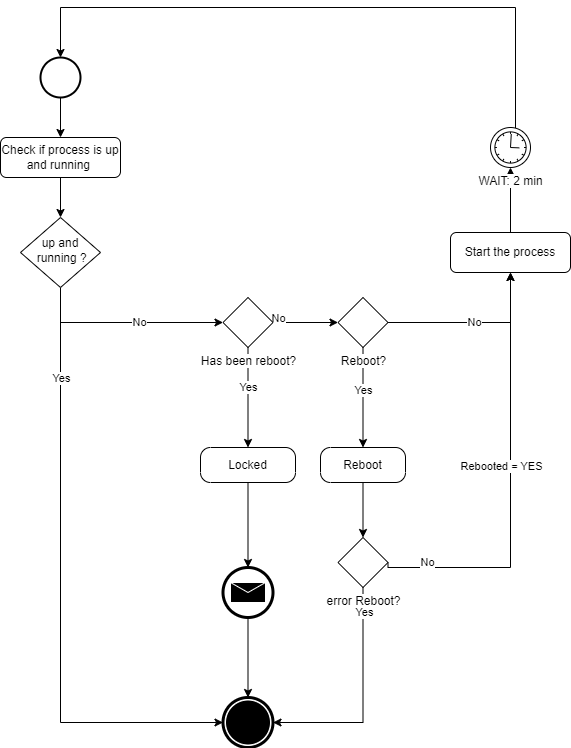
Above: infopoints.png in fermenreq/infopoint (draw.io), before the change. Source tidied: cells renumbered, new cells last; positions are measured from the earlier drawing's top-left corner, leaving out a move shared by most shapes.
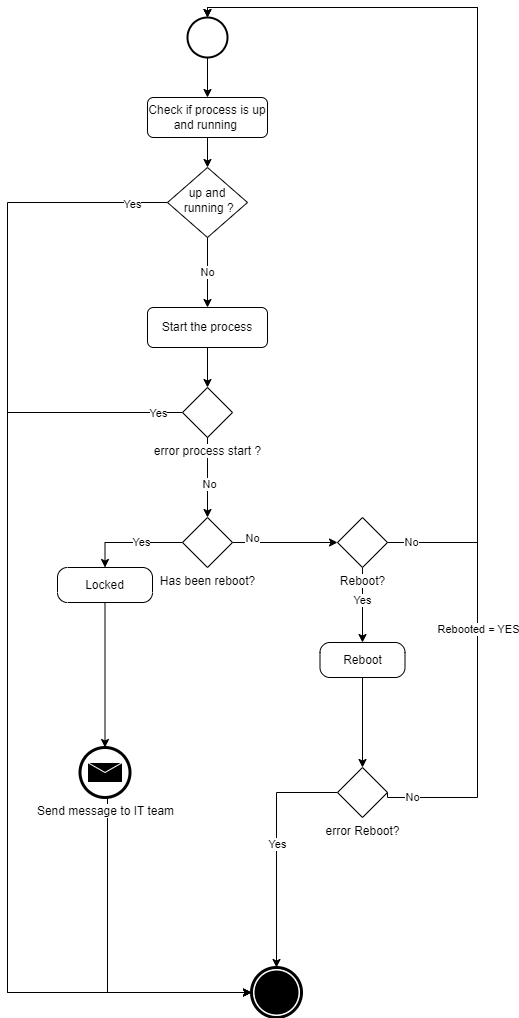
The same file after the commit.

Change to the diagram source:
```diff
@@ -6,98 +6,78 @@
       <mxGeometry relative="1" as="geometry" />
     </mxCell>
     <mxCell id="3" value="Check if process is up and running&amp;nbsp;" style="rounded=1;whiteSpace=wrap;html=1;fontSize=12;glass=0;strokeWidth=1;shadow=0;" parent="1" vertex="1">
-      <mxGeometry y="130" width="120" height="40" as="geometry" />
+      <mxGeometry x="220" y="120" width="120" height="40" as="geometry" />
     </mxCell>
+    <mxCell id="33" value="No" style="edgeStyle=orthogonalEdgeStyle;rounded=0;jettySize=auto;html=1;entryX=0.5;entryY=0;entryDx=0;entryDy=0;" parent="1" edge="1" source="7" target="9">
+      <mxGeometry relative="1" as="geometry" />
+    </mxCell>
-    <mxCell id="4" style="edgeStyle=orthogonalEdgeStyle;rounded=0;jettySize=auto;html=1;entryX=0;entryY=0.5;entryDx=0;entryDy=0;entryPerimeter=0;" parent="1" edge="1" source="7" target="12">
+    <mxCell id="4" style="edgeStyle=orthogonalEdgeStyle;rounded=0;jettySize=auto;html=1;exitX=0;exitY=0.5;exitDx=0;exitDy=0;" parent="1" edge="1" source="7" target="12">
       <mxGeometry relative="1" as="geometry">
         <Array as="points">
-          <mxPoint x="60" y="715" />
+          <mxPoint x="80" y="225" />
+          <mxPoint x="80" y="1015" />
         </Array>
       </mxGeometry>
     </mxCell>
-    <mxCell id="5" value="Yes" style="edgeLabel;html=1;align=center;verticalAlign=middle;" parent="4" vertex="1">
-      <mxGeometry x="-0.51" y="2" relative="1" as="geometry">
-        <mxPoint x="-2" y="-55" as="offset" />
-      </mxGeometry>
-    </mxCell>
-    <mxCell id="6" value="No" style="edgeStyle=orthogonalEdgeStyle;rounded=0;jettySize=auto;html=1;entryX=0;entryY=0.5;entryDx=0;entryDy=0;entryPerimeter=0;" parent="1" edge="1" target="28">
-      <mxGeometry relative="1" as="geometry">
-        <mxPoint x="60" y="320" as="sourcePoint" />
-        <Array as="points">
-          <mxPoint x="60" y="315" />
-        </Array>
-      </mxGeometry>
-    </mxCell>
+    <mxCell id="34" value="Yes" style="edgeLabel;html=1;align=center;verticalAlign=middle;" parent="4" vertex="1">
+      <mxGeometry x="-0.94" y="1" relative="1" as="geometry" />
+    </mxCell>
     <mxCell id="7" value="up and&lt;br&gt;&amp;nbsp;running ?" style="rhombus;whiteSpace=wrap;html=1;shadow=0;fontFamily=Helvetica;fontSize=12;align=center;strokeWidth=1;spacing=6;spacingTop=-4;" parent="1" vertex="1">
-      <mxGeometry x="20" y="210" width="80" height="70" as="geometry" />
+      <mxGeometry x="240" y="190" width="80" height="70" as="geometry" />
     </mxCell>
-    <mxCell id="8" style="edgeStyle=orthogonalEdgeStyle;rounded=0;jettySize=auto;html=1;" parent="1" edge="1" source="9" target="14">
-      <mxGeometry relative="1" as="geometry" />
-    </mxCell>
-    <mxCell id="9" value="Start the process" style="rounded=1;whiteSpace=wrap;html=1;fontSize=12;glass=0;strokeWidth=1;shadow=0;" parent="1" vertex="1">
-      <mxGeometry x="450" y="225" width="120" height="40" as="geometry" />
-    </mxCell>
     <mxCell id="10" style="edgeStyle=orthogonalEdgeStyle;rounded=0;jettySize=auto;html=1;" parent="1" edge="1" source="11" target="3">
       <mxGeometry relative="1" as="geometry" />
     </mxCell>
     <mxCell id="11" style="strokeWidth=2;html=1;shape=mxgraph.flowchart.start_2;whiteSpace=wrap;" parent="1" vertex="1">
-      <mxGeometry x="40" y="50" width="40" height="40" as="geometry" />
+      <mxGeometry x="260" y="40" width="40" height="40" as="geometry" />
     </mxCell>
     <mxCell id="12" style="points=[[0.145,0.145,0],[0.5,0,0],[0.855,0.145,0],[1,0.5,0],[0.855,0.855,0],[0.5,1,0],[0.145,0.855,0],[0,0.5,0]];shape=mxgraph.bpmn.event;html=1;verticalLabelPosition=bottom;labelBackgroundColor=#ffffff;verticalAlign=top;align=center;perimeter=ellipsePerimeter;outlineConnect=0;outline=end;symbol=terminate;" parent="1" vertex="1">
-      <mxGeometry x="222.5" y="690" width="50" height="50" as="geometry" />
+      <mxGeometry x="324" y="990" width="50" height="50" as="geometry" />
     </mxCell>
-    <mxCell id="13" style="edgeStyle=orthogonalEdgeStyle;rounded=0;jettySize=auto;html=1;entryX=0.5;entryY=0;entryDx=0;entryDy=0;entryPerimeter=0;" parent="1" edge="1" source="14" target="11">
-      <mxGeometry x="-0.33" y="90" relative="1" as="geometry">
-        <Array as="points">
-          <mxPoint x="515" />
-          <mxPoint x="60" />
-        </Array>
-        <mxPoint x="-1" as="offset" />
-      </mxGeometry>
-    </mxCell>
-    <mxCell id="14" value="WAIT: 2 min" style="points=[[0.145,0.145,0],[0.5,0,0],[0.855,0.145,0],[1,0.5,0],[0.855,0.855,0],[0.5,1,0],[0.145,0.855,0],[0,0.5,0]];shape=mxgraph.bpmn.event;html=1;verticalLabelPosition=bottom;labelBackgroundColor=#ffffff;verticalAlign=top;align=center;perimeter=ellipsePerimeter;outlineConnect=0;outline=standard;symbol=timer;" parent="1" vertex="1">
-      <mxGeometry x="490" y="120" width="40" height="40" as="geometry" />
-    </mxCell>
-    <mxCell id="15" value="No" style="edgeStyle=orthogonalEdgeStyle;rounded=0;jettySize=auto;html=1;" parent="1" edge="1" source="17" target="9">
-      <mxGeometry relative="1" as="geometry" />
+    <mxCell id="15" value="No" style="edgeStyle=orthogonalEdgeStyle;rounded=0;jettySize=auto;html=1;entryX=0.5;entryY=0;entryDx=0;entryDy=0;entryPerimeter=0;" parent="1" edge="1" source="17" target="11">
+      <mxGeometry x="-0.95" relative="1" as="geometry">
+        <Array as="points">
+          <mxPoint x="550" y="565" />
+          <mxPoint x="550" y="30" />
+          <mxPoint x="280" y="30" />
+        </Array>
+      </mxGeometry>
     </mxCell>
     <mxCell id="16" value="Yes" style="edgeStyle=orthogonalEdgeStyle;rounded=0;jettySize=auto;html=1;" parent="1" edge="1" source="17" target="19">
       <mxGeometry x="-0.13" relative="1" as="geometry" />
     </mxCell>
     <mxCell id="17" value="Reboot?" style="points=[[0.25,0.25,0],[0.5,0,0],[0.75,0.25,0],[1,0.5,0],[0.75,0.75,0],[0.5,1,0],[0.25,0.75,0],[0,0.5,0]];shape=mxgraph.bpmn.gateway2;html=1;verticalLabelPosition=bottom;labelBackgroundColor=#ffffff;verticalAlign=top;align=center;perimeter=rhombusPerimeter;outlineConnect=0;outline=none;symbol=none;" parent="1" vertex="1">
-      <mxGeometry x="337.5" y="290" width="50" height="50" as="geometry" />
+      <mxGeometry x="410" y="540" width="50" height="50" as="geometry" />
     </mxCell>
     <mxCell id="18" style="edgeStyle=orthogonalEdgeStyle;rounded=0;jettySize=auto;html=1;" parent="1" edge="1" source="19" target="24">
       <mxGeometry relative="1" as="geometry" />
     </mxCell>
     <mxCell id="19" value="Reboot" style="points=[[0.25,0,0],[0.5,0,0],[0.75,0,0],[1,0.25,0],[1,0.5,0],[1,0.75,0],[0.75,1,0],[0.5,1,0],[0.25,1,0],[0,0.75,0],[0,0.5,0],[0,0.25,0]];shape=mxgraph.bpmn.task;whiteSpace=wrap;rectStyle=rounded;size=10;taskMarker=abstract;" parent="1" vertex="1">
-      <mxGeometry x="320" y="440" width="85" height="35" as="geometry" />
+      <mxGeometry x="392.5" y="665" width="85" height="35" as="geometry" />
     </mxCell>
-    <mxCell id="20" style="edgeStyle=orthogonalEdgeStyle;rounded=0;jettySize=auto;html=1;entryX=1;entryY=0.5;entryDx=0;entryDy=0;entryPerimeter=0;exitX=0.5;exitY=1;exitDx=0;exitDy=0;exitPerimeter=0;" parent="1" edge="1" source="24" target="12">
-      <mxGeometry relative="1" as="geometry">
-        <Array as="points">
-          <mxPoint x="363" y="715" />
-        </Array>
-      </mxGeometry>
-    </mxCell>
-    <mxCell id="21" value="Yes" style="edgeLabel;html=1;align=center;verticalAlign=middle;" parent="20" vertex="1">
-      <mxGeometry x="-0.79" y="1" relative="1" as="geometry" />
-    </mxCell>
-    <mxCell id="22" value="No" style="edgeStyle=orthogonalEdgeStyle;rounded=0;jettySize=auto;html=1;exitX=1;exitY=0.5;exitDx=0;exitDy=0;exitPerimeter=0;entryX=0.5;entryY=1;entryDx=0;entryDy=0;" parent="1" edge="1" source="24" target="9">
-      <mxGeometry x="-0.79" y="5" relative="1" as="geometry">
+    <mxCell id="22" value="No" style="edgeStyle=orthogonalEdgeStyle;rounded=0;jettySize=auto;html=1;exitX=1;exitY=0.5;exitDx=0;exitDy=0;exitPerimeter=0;entryX=0.5;entryY=0;entryDx=0;entryDy=0;entryPerimeter=0;" parent="1" edge="1" source="24" target="11">
+      <mxGeometry x="-0.95" relative="1" as="geometry">
         <Array as="points">
-          <mxPoint x="388" y="560" />
-          <mxPoint x="510" y="560" />
+          <mxPoint x="460" y="820" />
+          <mxPoint x="550" y="820" />
+          <mxPoint x="550" y="30" />
+          <mxPoint x="280" y="30" />
         </Array>
       </mxGeometry>
     </mxCell>
     <mxCell id="23" value="Rebooted = YES" style="edgeLabel;html=1;align=center;verticalAlign=middle;" parent="22" vertex="1">
       <mxGeometry x="-0.8" relative="1" as="geometry">
-        <mxPoint x="75" y="-102" as="offset" />
+        <mxPoint y="-145" as="offset" />
       </mxGeometry>
     </mxCell>
+    <mxCell id="20" style="edgeStyle=orthogonalEdgeStyle;rounded=0;jettySize=auto;html=1;entryX=0.5;entryY=0;entryDx=0;entryDy=0;entryPerimeter=0;" parent="1" edge="1" source="24" target="12">
+      <mxGeometry relative="1" as="geometry" />
+    </mxCell>
+    <mxCell id="35" value="Yes" style="edgeLabel;html=1;align=center;verticalAlign=middle;" parent="20" vertex="1">
+      <mxGeometry x="-0.05" relative="1" as="geometry" />
+    </mxCell>
     <mxCell id="24" value="error Reboot?" style="points=[[0.25,0.25,0],[0.5,0,0],[0.75,0.25,0],[1,0.5,0],[0.75,0.75,0],[0.5,1,0],[0.25,0.75,0],[0,0.5,0]];shape=mxgraph.bpmn.gateway2;html=1;verticalLabelPosition=bottom;labelBackgroundColor=#ffffff;verticalAlign=top;align=center;perimeter=rhombusPerimeter;outlineConnect=0;outline=none;symbol=none;" parent="1" vertex="1">
-      <mxGeometry x="337.5" y="530" width="50" height="50" as="geometry" />
+      <mxGeometry x="410" y="790" width="50" height="50" as="geometry" />
     </mxCell>
     <mxCell id="25" value="Yes" style="edgeStyle=orthogonalEdgeStyle;rounded=0;jettySize=auto;html=1;entryX=0.5;entryY=0;entryDx=0;entryDy=0;entryPerimeter=0;" parent="1" edge="1" source="28" target="30">
       <mxGeometry x="-0.2" relative="1" as="geometry" />
@@ -111,19 +91,53 @@
       </mxGeometry>
     </mxCell>
     <mxCell id="28" value="Has been reboot?" style="points=[[0.25,0.25,0],[0.5,0,0],[0.75,0.25,0],[1,0.5,0],[0.75,0.75,0],[0.5,1,0],[0.25,0.75,0],[0,0.5,0]];shape=mxgraph.bpmn.gateway2;html=1;verticalLabelPosition=bottom;labelBackgroundColor=#ffffff;verticalAlign=top;align=center;perimeter=rhombusPerimeter;outlineConnect=0;outline=none;symbol=none;" parent="1" vertex="1">
-      <mxGeometry x="222.5" y="290" width="50" height="50" as="geometry" />
+      <mxGeometry x="255" y="540" width="50" height="50" as="geometry" />
     </mxCell>
     <mxCell id="29" style="edgeStyle=orthogonalEdgeStyle;rounded=0;jettySize=auto;html=1;entryX=0.5;entryY=0;entryDx=0;entryDy=0;entryPerimeter=0;" parent="1" edge="1" source="30" target="32">
       <mxGeometry relative="1" as="geometry" />
     </mxCell>
     <mxCell id="30" value="Locked" style="points=[[0.25,0,0],[0.5,0,0],[0.75,0,0],[1,0.25,0],[1,0.5,0],[1,0.75,0],[0.75,1,0],[0.5,1,0],[0.25,1,0],[0,0.75,0],[0,0.5,0],[0,0.25,0]];shape=mxgraph.bpmn.task;whiteSpace=wrap;rectStyle=rounded;size=10;taskMarker=abstract;" parent="1" vertex="1">
-      <mxGeometry x="200" y="440" width="95" height="35" as="geometry" />
+      <mxGeometry x="130" y="590" width="95" height="35" as="geometry" />
     </mxCell>
     <mxCell id="31" style="edgeStyle=orthogonalEdgeStyle;rounded=0;jettySize=auto;html=1;" parent="1" edge="1" source="32" target="12">
-      <mxGeometry relative="1" as="geometry" />
+      <mxGeometry relative="1" as="geometry">
+        <Array as="points">
+          <mxPoint x="180" y="1015" />
+        </Array>
+      </mxGeometry>
     </mxCell>
-    <mxCell id="32" style="points=[[0.145,0.145,0],[0.5,0,0],[0.855,0.145,0],[1,0.5,0],[0.855,0.855,0],[0.5,1,0],[0.145,0.855,0],[0,0.5,0]];shape=mxgraph.bpmn.event;html=1;verticalLabelPosition=bottom;labelBackgroundColor=#ffffff;verticalAlign=top;align=center;perimeter=ellipsePerimeter;outlineConnect=0;outline=end;symbol=message;" parent="1" vertex="1">
-      <mxGeometry x="222.5" y="560" width="50" height="50" as="geometry" />
+    <mxCell id="32" value="Send message to IT team" style="points=[[0.145,0.145,0],[0.5,0,0],[0.855,0.145,0],[1,0.5,0],[0.855,0.855,0],[0.5,1,0],[0.145,0.855,0],[0,0.5,0]];shape=mxgraph.bpmn.event;html=1;verticalLabelPosition=bottom;labelBackgroundColor=#ffffff;verticalAlign=top;align=center;perimeter=ellipsePerimeter;outlineConnect=0;outline=end;symbol=message;" parent="1" vertex="1">
+      <mxGeometry x="152.5" y="770" width="50" height="50" as="geometry" />
     </mxCell>
+    <mxCell id="36" style="edgeStyle=orthogonalEdgeStyle;rounded=0;jettySize=auto;html=1;entryX=0.5;entryY=0;entryDx=0;entryDy=0;entryPerimeter=0;" parent="1" edge="1" source="9" target="41">
+      <mxGeometry relative="1" as="geometry" />
+    </mxCell>
+    <mxCell id="9" value="Start the process" style="rounded=1;whiteSpace=wrap;html=1;fontSize=12;glass=0;strokeWidth=1;shadow=0;" parent="1" vertex="1">
+      <mxGeometry x="220" y="330" width="120" height="40" as="geometry" />
+    </mxCell>
+    <mxCell id="37" style="edgeStyle=orthogonalEdgeStyle;rounded=0;jettySize=auto;html=1;entryX=0.5;entryY=0;entryDx=0;entryDy=0;entryPerimeter=0;" parent="1" edge="1" target="28">
+      <mxGeometry relative="1" as="geometry">
+        <mxPoint x="280" y="450" as="sourcePoint" />
+      </mxGeometry>
+    </mxCell>
+    <mxCell id="38" value="No" style="edgeLabel;html=1;align=center;verticalAlign=middle;" parent="37" vertex="1">
+      <mxGeometry x="0.24" y="1" relative="1" as="geometry" />
+    </mxCell>
+    <mxCell id="39" style="edgeStyle=orthogonalEdgeStyle;rounded=0;jettySize=auto;html=1;entryX=0;entryY=0.5;entryDx=0;entryDy=0;entryPerimeter=0;" parent="1" edge="1" source="41" target="12">
+      <mxGeometry relative="1" as="geometry">
+        <Array as="points">
+          <mxPoint x="80" y="435" />
+          <mxPoint x="80" y="1015" />
+        </Array>
+      </mxGeometry>
+    </mxCell>
+    <mxCell id="40" value="Yes" style="edgeLabel;html=1;align=center;verticalAlign=middle;" parent="39" vertex="1">
+      <mxGeometry x="-0.86" y="2" relative="1" as="geometry">
+        <mxPoint x="43" y="-2" as="offset" />
+      </mxGeometry>
+    </mxCell>
+    <mxCell id="41" value="error process start ?" style="points=[[0.25,0.25,0],[0.5,0,0],[0.75,0.25,0],[1,0.5,0],[0.75,0.75,0],[0.5,1,0],[0.25,0.75,0],[0,0.5,0]];shape=mxgraph.bpmn.gateway2;html=1;verticalLabelPosition=bottom;labelBackgroundColor=#ffffff;verticalAlign=top;align=center;perimeter=rhombusPerimeter;outlineConnect=0;outline=none;symbol=none;" parent="1" vertex="1">
+      <mxGeometry x="255" y="410" width="50" height="50" as="geometry" />
+    </mxCell>
   </root>
 </mxGraphModel>
```
